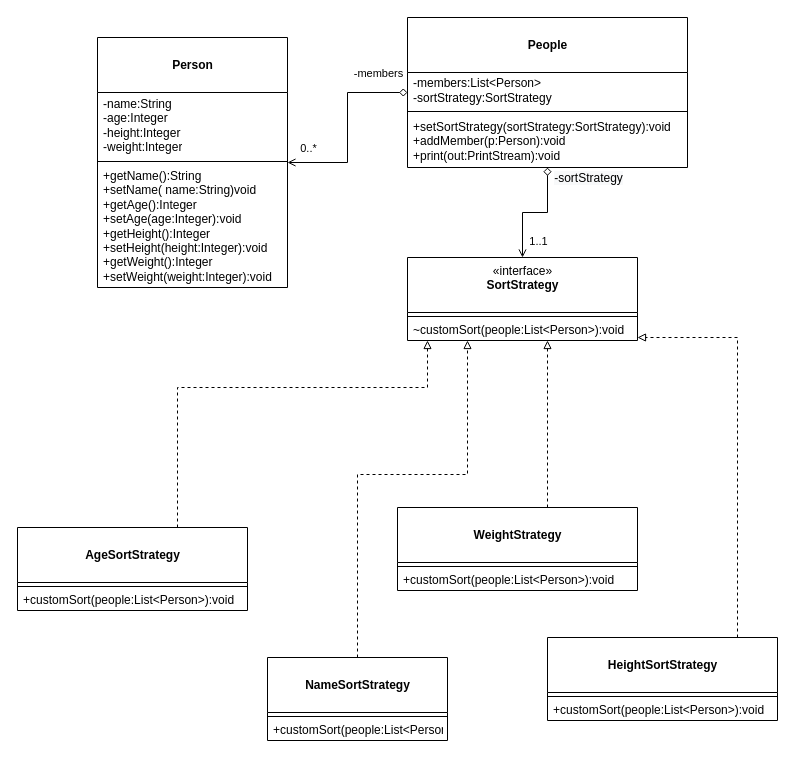
Earlier version of the draw.io diagram lab_behavior_design_pattern_2/src/com/company/lab_behavior_design_pattern_2.drawio (pholpaphankorn/softarch). Source tidied: cells renumbered, new cells numbered last; positions are measured from the earlier drawing's top-left corner, leaving out a move shared by most shapes. Both pictures are drawn from the tidied source at 100%, with x=0, y=0 at pixel (17, 17).
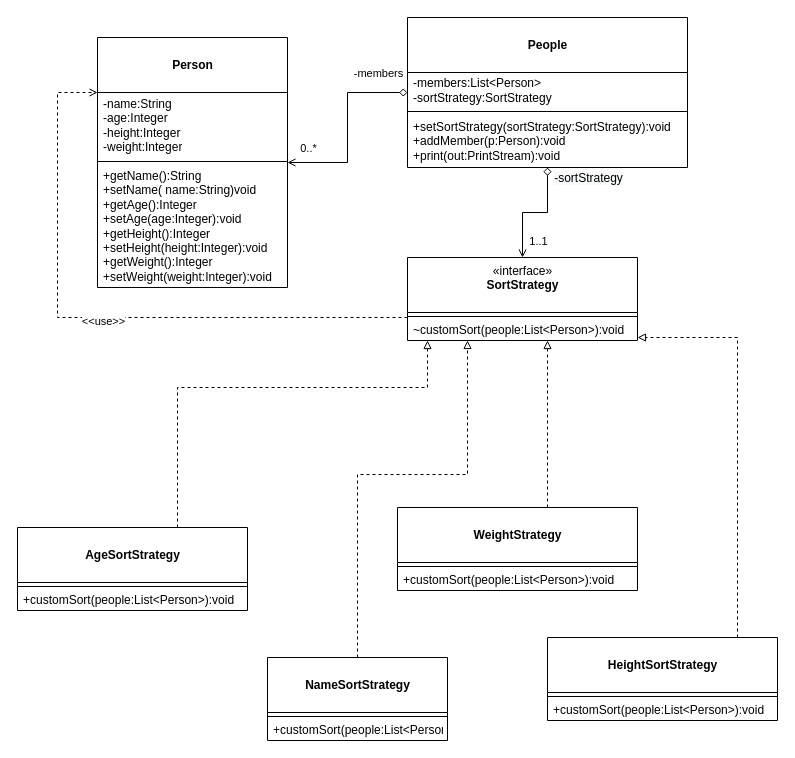
The same page after the edit.

Unchanged cells that the change refers to:
```xml
<mxCell id="24" value="&lt;br&gt;&lt;b&gt;Person&lt;/b&gt;" style="swimlane;fontStyle=0;align=center;verticalAlign=top;horizontal=1;startSize=55;html=1;" parent="1" vertex="1">
  <mxGeometry x="80" y="20" width="190" height="250" as="geometry" />
</mxCell>
<mxCell id="28" value="«interface»&lt;br&gt;&lt;b&gt;SortStrategy&lt;/b&gt;" style="swimlane;fontStyle=0;align=center;verticalAlign=top;horizontal=1;startSize=55;html=1;" parent="1" vertex="1">
  <mxGeometry x="390" y="240" width="230" height="83" as="geometry" />
</mxCell>
```

The edit, as a diff of the source:
```diff
@@
+    <mxCell id="35" style="edgeStyle=orthogonalEdgeStyle;rounded=0;jettySize=auto;html=1;dashed=1;endArrow=open;endFill=0;" parent="1" edge="1" source="28" target="24">
+      <mxGeometry relative="1" as="geometry">
+        <Array as="points">
+          <mxPoint x="40" y="300" />
+          <mxPoint x="40" y="75" />
+        </Array>
+      </mxGeometry>
+    </mxCell>
+    <mxCell id="36" value="&amp;lt;&amp;lt;use&amp;gt;&amp;gt;" style="edgeLabel;html=1;align=center;verticalAlign=middle;" parent="35" vertex="1">
+      <mxGeometry x="-0.06" relative="1" as="geometry">
+        <mxPoint x="-16" y="3" as="offset" />
+      </mxGeometry>
+    </mxCell>
```
